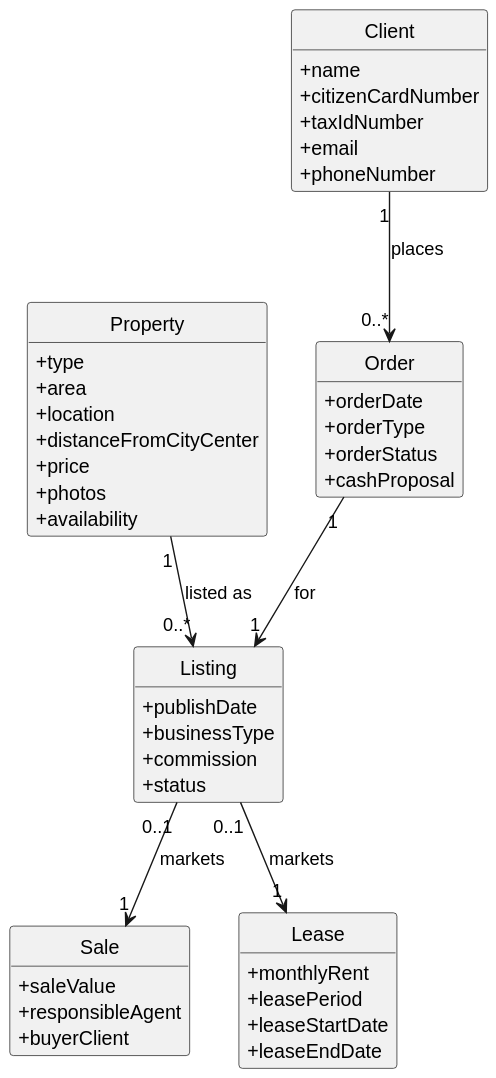
Above: docs/Sprint4/US32/US32-MD.svg in goncalomaia18/leti-esoft-24-25-A2 (PlantUML), before the change. The source it was exported from:
```plantuml
@startuml
skinparam classAttributeIconSize 0
hide circle
hide methods
class Property {
    +type
    +area
    +location
    +distanceFromCityCenter
    +price
    +photos
    +availability
}
class Client {
    +name
    +citizenCardNumber
    +taxIdNumber
    +email
    +phoneNumber
}

class Sale {
    +saleValue
    +responsibleAgent
    +buyerClient
}

class Lease {
    +monthlyRent
    +leasePeriod
    +leaseStartDate
    +leaseEndDate
}
class Listing {
    +publishDate
    +businessType
    +commission
    +status
}
class Order {
    +orderDate
    +orderType
    +orderStatus
    +cashProposal
}
Property "1" --> "0..*" Listing : listed as

Listing "0..1" --> "1" Sale : markets
Listing "0..1" --> "1" Lease : markets
Client "1" --> "0..*" Order : places
Order "1" --> "1" Listing : for
@enduml
```
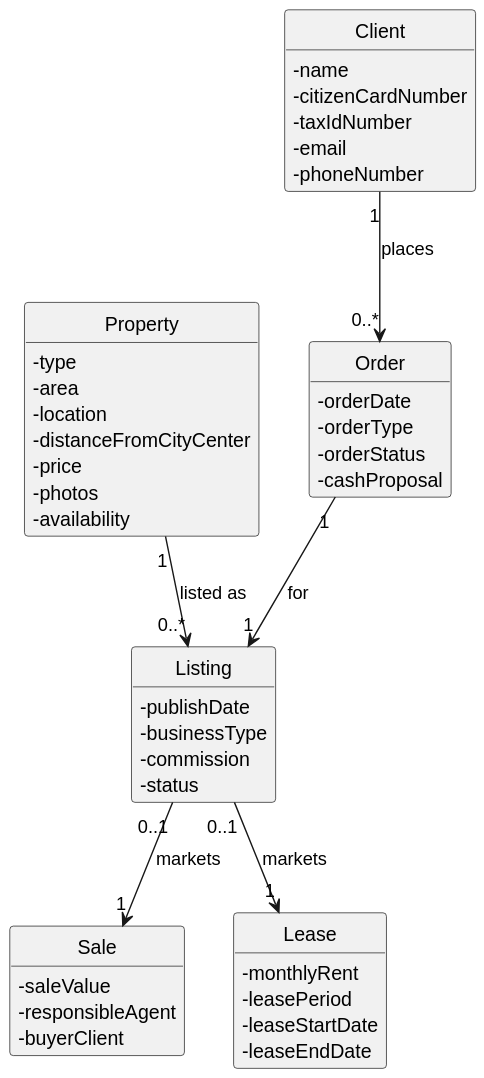
Later version of the same file.

Diff of the diagram source:
```diff
@@ -3,45 +3,45 @@
 hide circle
 hide methods
 class Property {
-    +type
-    +area
-    +location
-    +distanceFromCityCenter
-    +price
-    +photos
-    +availability
+    -type
+    -area
+    -location
+    -distanceFromCityCenter
+    -price
+    -photos
+    -availability
 }
 class Client {
-    +name
-    +citizenCardNumber
-    +taxIdNumber
-    +email
-    +phoneNumber
+    -name
+    -citizenCardNumber
+    -taxIdNumber
+    -email
+    -phoneNumber
 }
 
 class Sale {
-    +saleValue
-    +responsibleAgent
-    +buyerClient
+    -saleValue
+    -responsibleAgent
+    -buyerClient
 }
 
 class Lease {
-    +monthlyRent
-    +leasePeriod
-    +leaseStartDate
-    +leaseEndDate
+    -monthlyRent
+    -leasePeriod
+    -leaseStartDate
+    -leaseEndDate
 }
 class Listing {
-    +publishDate
-    +businessType
-    +commission
-    +status
+    -publishDate
+    -businessType
+    -commission
+    -status
 }
 class Order {
-    +orderDate
-    +orderType
-    +orderStatus
-    +cashProposal
+    -orderDate
+    -orderType
+    -orderStatus
+    -cashProposal
 }
 Property "1" --> "0..*" Listing : listed as
 
```
